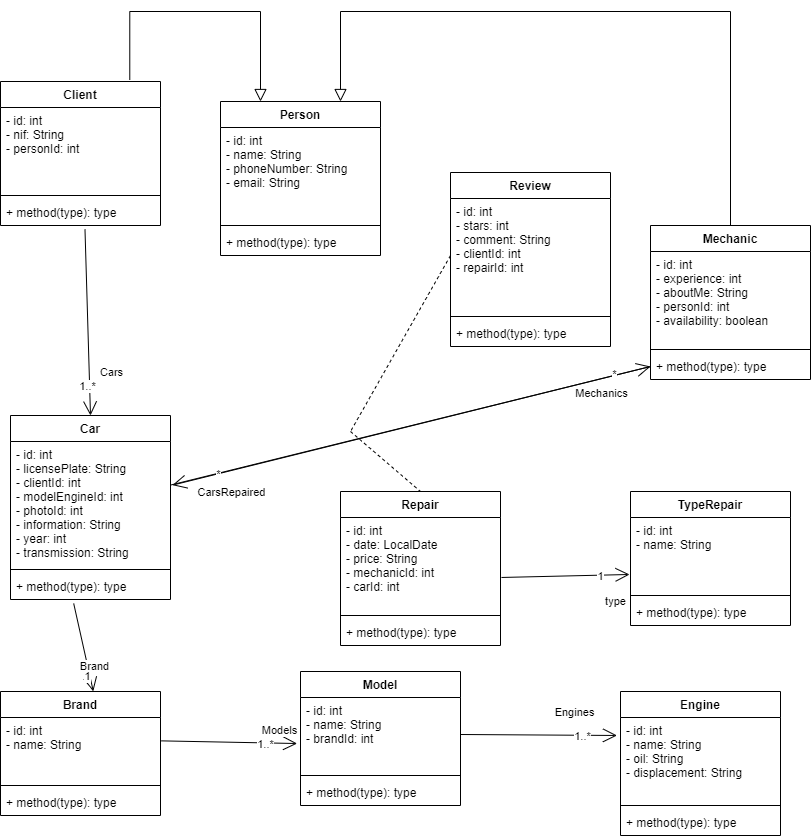
jonhot1/Projeto-de-Desenvolvimento-M-vel- keeps this draw.io diagram as ClassDiagram.drawio.png. Above is the earlier version. Source tidied: cells renumbered, new cells last; positions are measured from the earlier drawing's top-left corner, leaving out a move shared by most shapes.
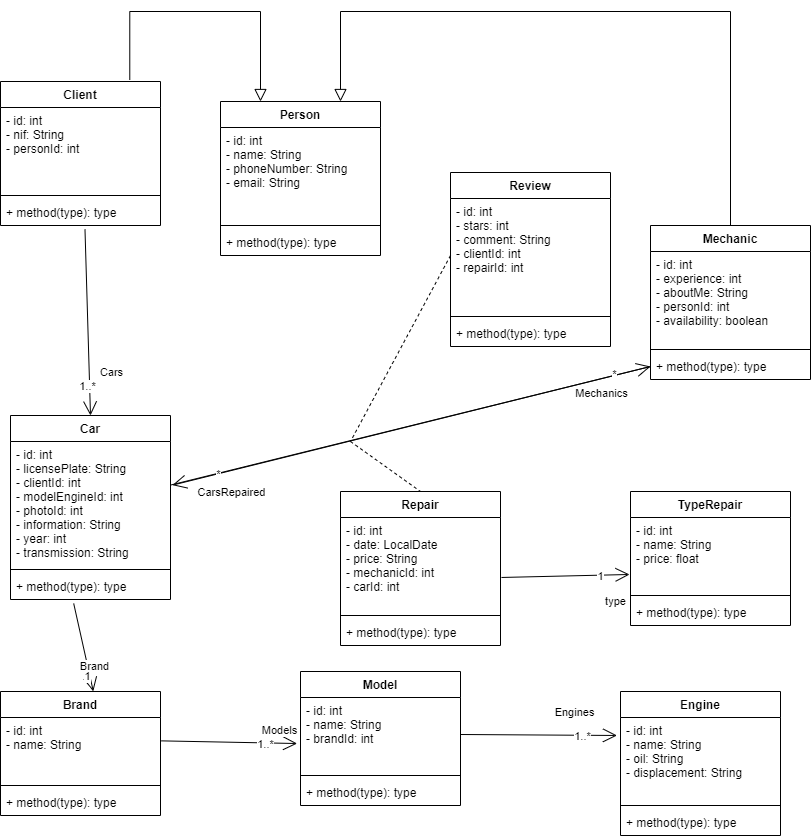
The same file after the commit.

The edit, as a diff of the source:
```diff
@@ -132,7 +132,7 @@
     <mxCell id="40" value="TypeRepair" style="swimlane;fontStyle=1;align=center;verticalAlign=top;horizontal=1;startSize=26;" parent="1" vertex="1">
       <mxGeometry x="630" y="480" width="160" height="134" as="geometry" />
     </mxCell>
-    <mxCell id="41" value="- id: int&#10;- name: String" style="text;strokeColor=none;fillColor=none;align=left;verticalAlign=top;spacingLeft=4;spacingRight=4;overflow=hidden;points=[[0,0.5],[1,0.5]];portConstraint=eastwest;" parent="40" vertex="1">
+    <mxCell id="41" value="- id: int&#10;- name: String&#10;- price: float" style="text;strokeColor=none;fillColor=none;align=left;verticalAlign=top;spacingLeft=4;spacingRight=4;overflow=hidden;points=[[0,0.5],[1,0.5]];portConstraint=eastwest;" parent="40" vertex="1">
       <mxGeometry y="26" width="160" height="74" as="geometry" />
     </mxCell>
     <mxCell id="42" style="line;strokeWidth=1;fillColor=none;align=left;verticalAlign=middle;spacingTop=-1;spacingLeft=3;spacingRight=3;labelPosition=right;" parent="40" vertex="1">
@@ -178,7 +178,7 @@
     </mxCell>
     <mxCell id="53" style="endArrow=none;dashed=1;html=1;rounded=0;exitX=0;exitY=0.5;exitDx=0;exitDy=0;" parent="1" edge="1" source="37">
       <mxGeometry relative="1" as="geometry">
-        <mxPoint x="350" y="420" as="targetPoint" />
+        <mxPoint x="350" y="430" as="targetPoint" />
       </mxGeometry>
     </mxCell>
     <mxCell id="54" style="endArrow=open;endFill=1;endSize=12;html=1;rounded=0;exitX=0.395;exitY=1.154;exitDx=0;exitDy=0;exitPerimeter=0;entryX=0.58;entryY=-0.001;entryDx=0;entryDy=0;entryPerimeter=0;" parent="1" edge="1" source="23" target="16">
@@ -208,7 +208,7 @@
     </mxCell>
     <mxCell id="61" style="endArrow=none;dashed=1;html=1;rounded=0;entryX=0.5;entryY=0;entryDx=0;entryDy=0;" parent="1" edge="1" target="32">
       <mxGeometry relative="1" as="geometry">
-        <mxPoint x="350" y="420" as="sourcePoint" />
+        <mxPoint x="350" y="430" as="sourcePoint" />
       </mxGeometry>
     </mxCell>
     <mxCell id="62" style="endArrow=open;endFill=1;endSize=12;html=1;rounded=0;exitX=0;exitY=0.5;exitDx=0;exitDy=0;entryX=1.012;entryY=0.352;entryDx=0;entryDy=0;entryPerimeter=0;" parent="1" edge="1" source="15" target="21">
```
